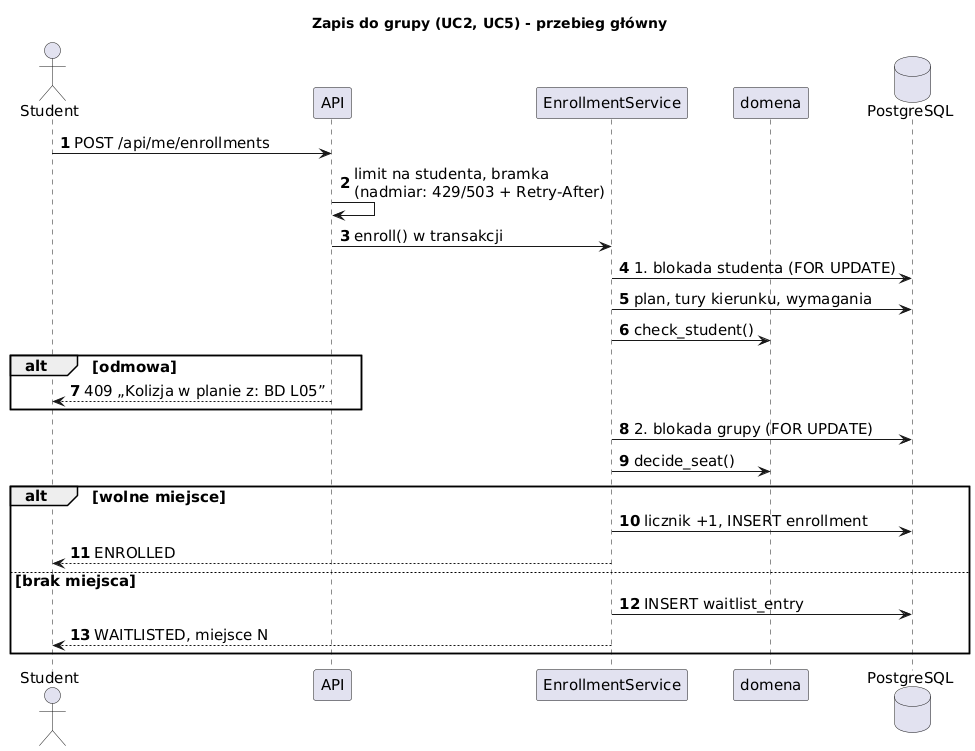
Husaria55/USOSv2 keeps this PlantUML diagram as etap3/diagramy/sekwencja_zapis_skrot.png. Above is the earlier version. The source it was exported from:
```plantuml
@startuml sekwencja_zapis_skrot
title Zapis do grupy (UC2, UC5) - przebieg główny
skinparam shadowing false
skinparam defaultFontSize 15
skinparam sequenceMessageAlign left
autonumber

actor Student
participant "API" as api
participant "EnrollmentService" as svc
participant "domena" as dom
database "PostgreSQL" as db

Student -> api : POST /api/me/enrollments
api -> api : limit na studenta, bramka\n(nadmiar: 429/503 + Retry-After)
api -> svc : enroll() w transakcji
svc -> db : 1. blokada studenta (FOR UPDATE)
svc -> db : plan, tury kierunku, wymagania
svc -> dom : check_student()
alt odmowa
  api --> Student : 409 „Kolizja w planie z: BD L05”
end
svc -> db : 2. blokada grupy (FOR UPDATE)
svc -> dom : decide_seat()
alt wolne miejsce
  svc -> db : licznik +1, INSERT enrollment
  svc --> Student : ENROLLED
else brak miejsca
  svc -> db : INSERT waitlist_entry
  svc --> Student : WAITLISTED, miejsce N
end
@enduml
```
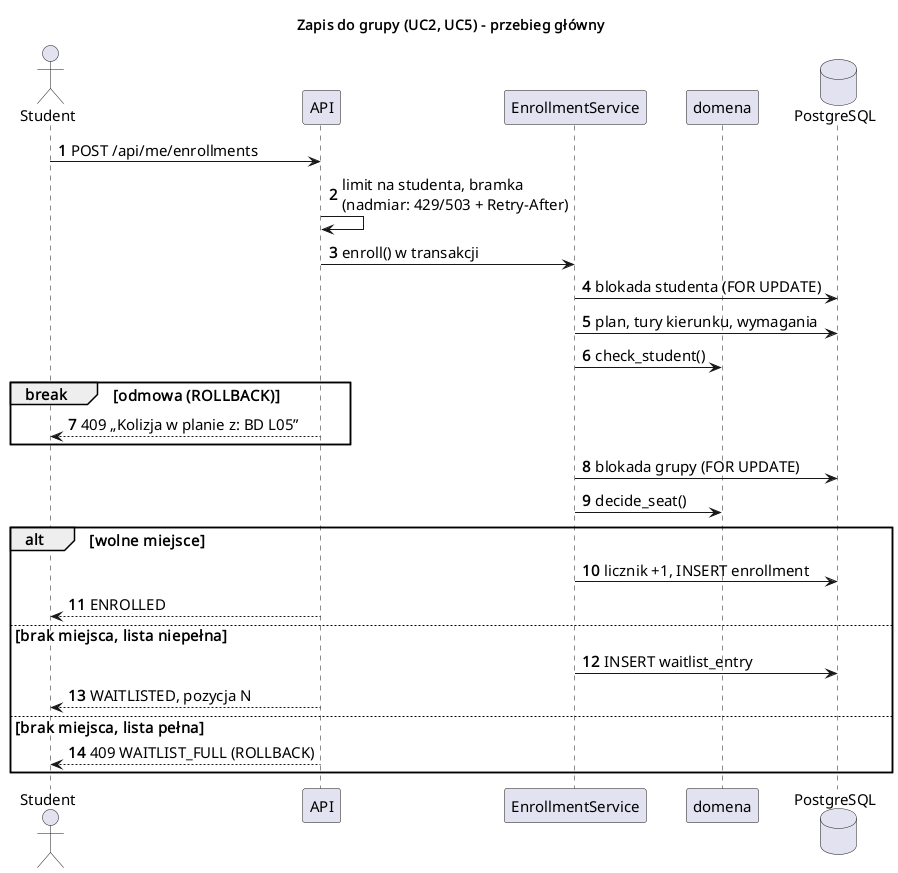
Later version of the same file.

What changed in the source:
```diff
@@ -14,19 +14,21 @@
 Student -> api : POST /api/me/enrollments
 api -> api : limit na studenta, bramka\n(nadmiar: 429/503 + Retry-After)
 api -> svc : enroll() w transakcji
-svc -> db : 1. blokada studenta (FOR UPDATE)
+svc -> db : blokada studenta (FOR UPDATE)
 svc -> db : plan, tury kierunku, wymagania
 svc -> dom : check_student()
-alt odmowa
+break odmowa (ROLLBACK)
   api --> Student : 409 „Kolizja w planie z: BD L05”
 end
-svc -> db : 2. blokada grupy (FOR UPDATE)
+svc -> db : blokada grupy (FOR UPDATE)
 svc -> dom : decide_seat()
 alt wolne miejsce
   svc -> db : licznik +1, INSERT enrollment
-  svc --> Student : ENROLLED
-else brak miejsca
+  api --> Student : ENROLLED
+else brak miejsca, lista niepełna
   svc -> db : INSERT waitlist_entry
-  svc --> Student : WAITLISTED, miejsce N
+  api --> Student : WAITLISTED, pozycja N
+else brak miejsca, lista pełna
+  api --> Student : 409 WAITLIST_FULL (ROLLBACK)
 end
 @enduml
```
